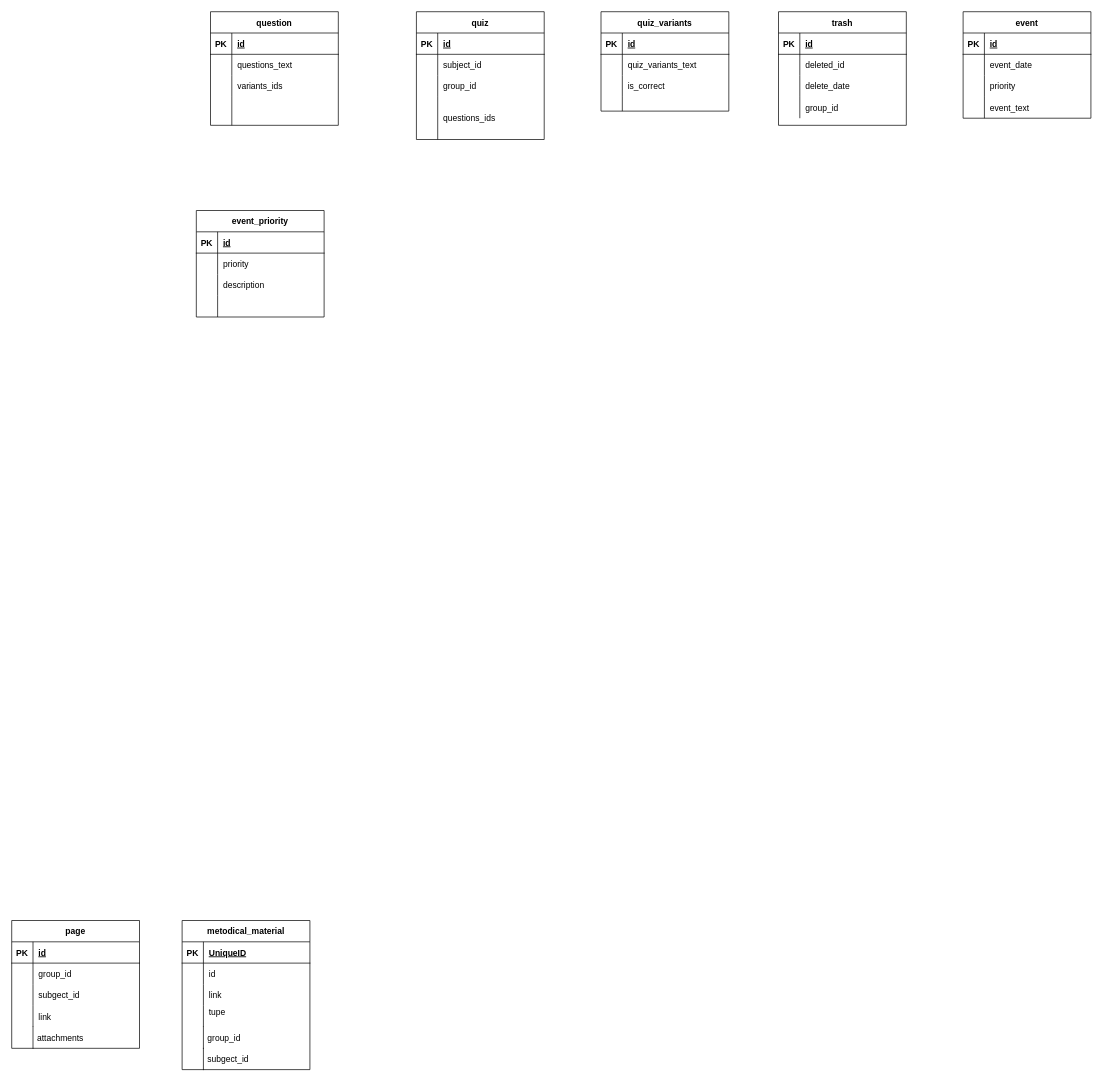
This is Untitled Diagram.drawio from student-archive/backend, a draw.io file, before an edit. Source tidied: cells renumbered, new cells numbered last; positions are measured from the earlier drawing's top-left corner, leaving out a move shared by most shapes. Both pictures are drawn from the tidied source at 71%, with x=0, y=0 at pixel (11, 11).
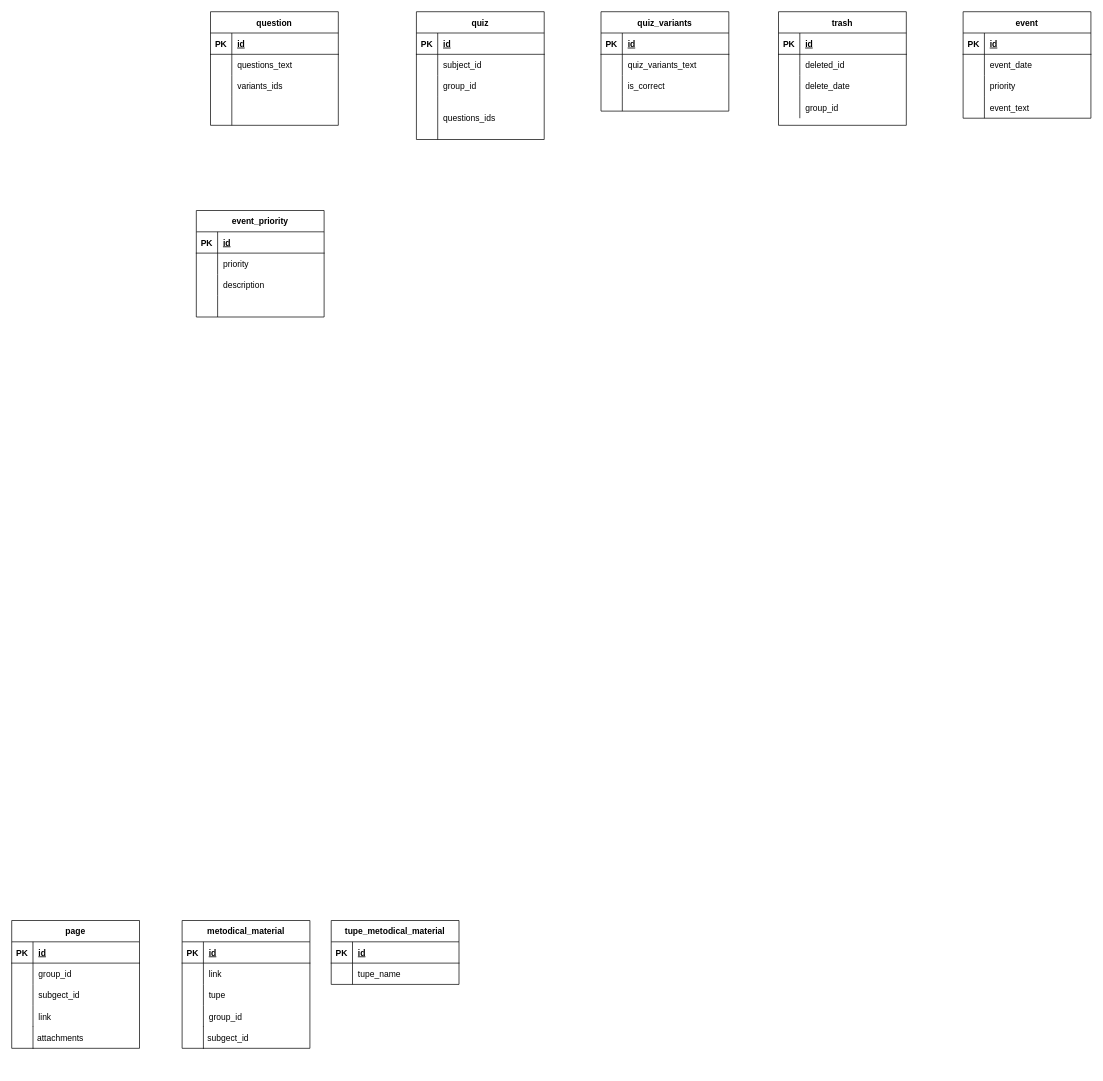
Above is the later version.

Commit message:
feat(databases): add tupe_metodical_material tables

The change refers to these unchanged cells:
```xml
<mxCell id="44" style="shape=tableRow;horizontal=0;startSize=0;swimlaneHead=0;swimlaneBody=0;fillColor=none;top=0;left=0;right=0;bottom=1;" parent="43" vertex="1">
  <mxGeometry y="30" width="180" height="30" as="geometry" />
</mxCell>
<mxCell id="47" style="shape=tableRow;horizontal=0;startSize=0;swimlaneHead=0;swimlaneBody=0;fillColor=none;top=0;left=0;right=0;bottom=0;" parent="43" vertex="1">
  <mxGeometry y="60" width="180" height="30" as="geometry" />
</mxCell>
<mxCell id="50" style="shape=tableRow;horizontal=0;startSize=0;swimlaneHead=0;swimlaneBody=0;fillColor=none;top=0;left=0;right=0;bottom=0;" parent="43" vertex="1">
  <mxGeometry y="90" width="180" height="30" as="geometry" />
</mxCell>
<mxCell id="53" style="shape=tableRow;horizontal=0;startSize=0;swimlaneHead=0;swimlaneBody=0;fillColor=none;top=0;left=0;right=0;bottom=0;" parent="43" vertex="1">
  <mxGeometry y="120" width="180" height="30" as="geometry" />
</mxCell>
```

The edit, as a diff of the source:
```diff
@@
     <mxCell id="43" value="metodical_material" style="shape=table;startSize=30;childLayout=tableLayout;rowLines=0;fontStyle=1;align=center;" parent="1" vertex="1">
-      <mxGeometry x="240" y="1280" width="180" height="210" as="geometry" />
+      <mxGeometry x="240" y="1280" width="180" height="180" as="geometry" />
     </mxCell>
@@
-    <mxCell id="46" value="UniqueID" style="shape=partialRectangle;fillColor=none;top=0;left=0;bottom=0;right=0;align=left;spacingLeft=6;fontStyle=5;overflow=hidden;" parent="44" vertex="1">
+    <mxCell id="46" value="id" style="shape=partialRectangle;fillColor=none;top=0;left=0;bottom=0;right=0;align=left;spacingLeft=6;fontStyle=5;overflow=hidden;" parent="44" vertex="1">
       <mxGeometry x="30" width="150" height="30" as="geometry" />
     </mxCell>
@@
-    <mxCell id="49" value="id" style="shape=partialRectangle;fillColor=none;top=0;left=0;bottom=0;right=0;align=left;spacingLeft=6;overflow=hidden;" parent="47" vertex="1">
+    <mxCell id="49" value="link" style="shape=partialRectangle;fillColor=none;top=0;left=0;bottom=0;right=0;align=left;spacingLeft=6;overflow=hidden;" parent="47" vertex="1">
       <mxGeometry x="30" width="150" height="30" as="geometry" />
     </mxCell>
@@
-    <mxCell id="52" value="link" style="shape=partialRectangle;fillColor=none;top=0;left=0;bottom=0;right=0;align=left;spacingLeft=6;overflow=hidden;" parent="50" vertex="1">
+    <mxCell id="52" value="tupe" style="shape=partialRectangle;fillColor=none;top=0;left=0;bottom=0;right=0;align=left;spacingLeft=6;overflow=hidden;" parent="50" vertex="1">
       <mxGeometry x="30" width="150" height="30" as="geometry" />
     </mxCell>
@@
-    <mxCell id="55" value="tupe&#10;" style="shape=partialRectangle;fillColor=none;top=0;left=0;bottom=0;right=0;align=left;spacingLeft=6;overflow=hidden;" parent="53" vertex="1">
+    <mxCell id="55" value="group_id" style="shape=partialRectangle;fillColor=none;top=0;left=0;bottom=0;right=0;align=left;spacingLeft=6;overflow=hidden;" parent="53" vertex="1">
       <mxGeometry x="30" width="150" height="30" as="geometry" />
     </mxCell>
@@
-    <mxCell id="69" value="group_id" style="shape=partialRectangle;fillColor=none;align=left;verticalAlign=middle;strokeColor=none;spacingLeft=34;" parent="1" vertex="1">
-      <mxGeometry x="240" y="1430" width="90" height="30" as="geometry" />
-    </mxCell>
-    <mxCell id="70" style="shape=partialRectangle;top=0;left=0;bottom=0;fillColor=none;stokeWidth=1;align=left;verticalAlign=middle;spacingLeft=4;spacingRight=4;overflow=hidden;" parent="69" vertex="1">
-      <mxGeometry width="30" height="30" as="geometry" />
-    </mxCell>
@@
     <mxCell id="97" value="subgect_id" style="shape=partialRectangle;fillColor=none;align=left;verticalAlign=middle;strokeColor=none;spacingLeft=34;" parent="1" vertex="1">
-      <mxGeometry x="240" y="1460" width="90" height="30" as="geometry" />
+      <mxGeometry x="240" y="1430" width="90" height="30" as="geometry" />
     </mxCell>
@@
+    <mxCell id="112" value="tupe_metodical_material" style="shape=table;startSize=30;childLayout=tableLayout;rowLines=0;fontStyle=1;align=center;" parent="1" vertex="1">
+      <mxGeometry x="450" y="1280" width="180" height="90" as="geometry" />
+    </mxCell>
+    <mxCell id="113" style="shape=tableRow;horizontal=0;startSize=0;swimlaneHead=0;swimlaneBody=0;fillColor=none;top=0;left=0;right=0;bottom=1;" parent="112" vertex="1">
+      <mxGeometry y="30" width="180" height="30" as="geometry" />
+    </mxCell>
+    <mxCell id="114" value="PK" style="shape=partialRectangle;fillColor=none;top=0;left=0;bottom=0;right=0;fontStyle=1;overflow=hidden;" parent="113" vertex="1">
+      <mxGeometry width="30" height="30" as="geometry" />
+    </mxCell>
+    <mxCell id="115" value="id" style="shape=partialRectangle;fillColor=none;top=0;left=0;bottom=0;right=0;align=left;spacingLeft=6;fontStyle=5;overflow=hidden;" parent="113" vertex="1">
+      <mxGeometry x="30" width="150" height="30" as="geometry" />
+    </mxCell>
+    <mxCell id="116" style="shape=tableRow;horizontal=0;startSize=0;swimlaneHead=0;swimlaneBody=0;fillColor=none;top=0;left=0;right=0;bottom=0;" parent="112" vertex="1">
+      <mxGeometry y="60" width="180" height="30" as="geometry" />
+    </mxCell>
+    <mxCell id="117" style="shape=partialRectangle;fillColor=none;top=0;left=0;bottom=0;right=0;overflow=hidden;" parent="116" vertex="1">
+      <mxGeometry width="30" height="30" as="geometry" />
+    </mxCell>
+    <mxCell id="118" value="tupe_name" style="shape=partialRectangle;fillColor=none;top=0;left=0;bottom=0;right=0;align=left;spacingLeft=6;overflow=hidden;" parent="116" vertex="1">
+      <mxGeometry x="30" width="150" height="30" as="geometry" />
+    </mxCell>
```
